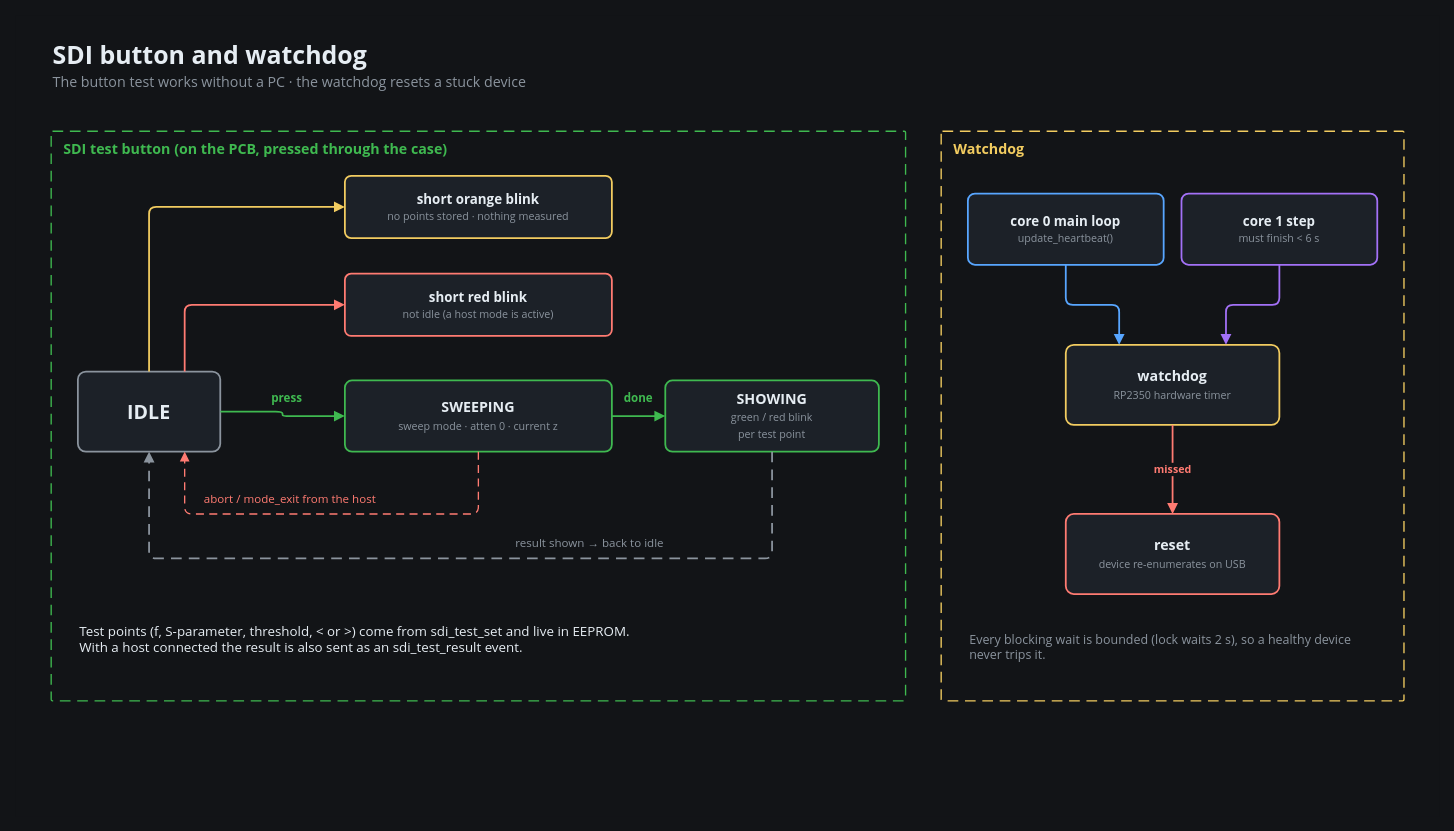
This is Software/docs/presentation/diagrams/fw-13-sdi-button-watchdog.drawio from ml3rc/SNA, a draw.io file, before an edit. Source tidied: cells renumbered, new cells numbered last; positions are measured from the earlier drawing's top-left corner, leaving out a move shared by most shapes. Both pictures are drawn from the tidied source at 89%, with x=0, y=0 at pixel (15, 15).
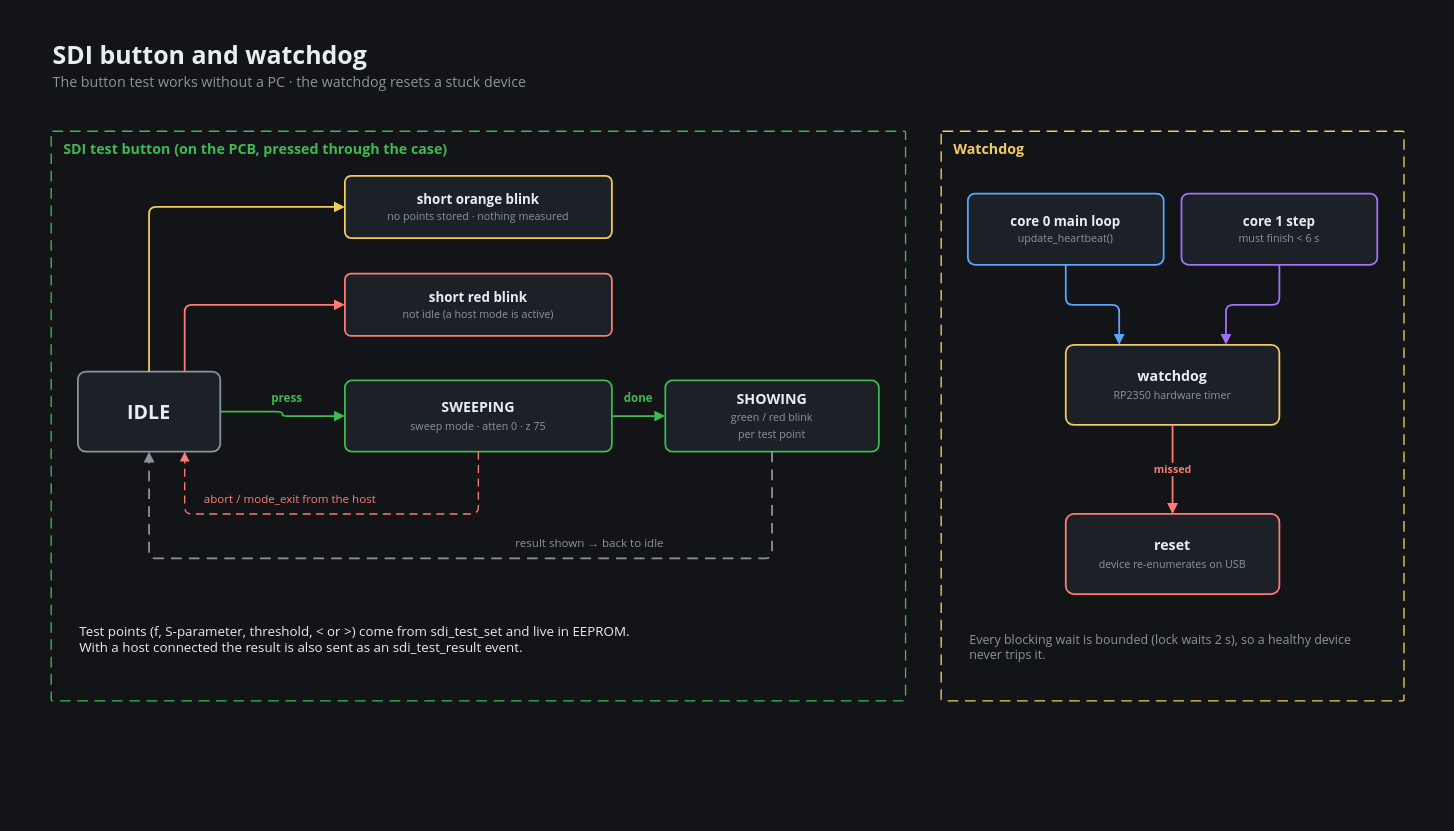
The same page after the edit.

What changed in the source:
```diff
@@
-    <mxCell id="10" value="&lt;b&gt;SWEEPING&lt;/b&gt;&lt;br&gt;&lt;span style=&quot;font-size:12px;color:#8B949E&quot;&gt;sweep mode · atten 0 · current z&lt;/span&gt;" style="rounded=1;arcSize=10;whiteSpace=wrap;html=1;fillColor=#1C2128;strokeColor=#3FB950;strokeWidth=2;fontColor=#E6EDF3;fontFamily=Segoe UI;fontSize=16;align=center;verticalAlign=middle;spacing=6;" parent="1" vertex="1">
+    <mxCell id="10" value="&lt;b&gt;SWEEPING&lt;/b&gt;&lt;br&gt;&lt;span style=&quot;font-size:12px;color:#8B949E&quot;&gt;sweep mode · atten 0 · z 75&lt;/span&gt;" style="rounded=1;arcSize=10;whiteSpace=wrap;html=1;fillColor=#1C2128;strokeColor=#3FB950;strokeWidth=2;fontColor=#E6EDF3;fontFamily=Segoe UI;fontSize=16;align=center;verticalAlign=middle;spacing=6;" parent="1" vertex="1">
       <mxGeometry x="370" y="410" width="300" height="80" as="geometry" />
     </mxCell>
```
